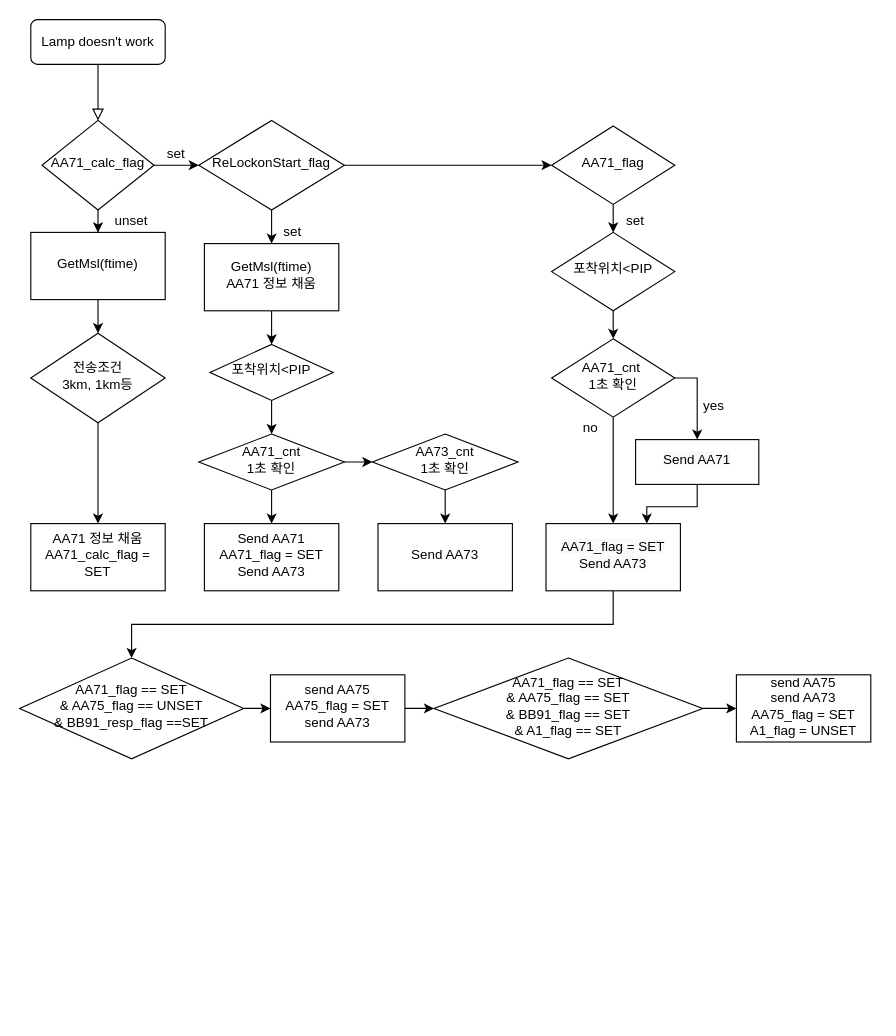
Above: Untitled Diagram.drawio in sejoon86/course-collaboration-travel-plans (draw.io), before the change. Source tidied: cells renumbered, new cells numbered last; positions are measured from the earlier drawing's top-left corner, leaving out a move shared by most shapes. Both pictures are drawn from the tidied source at 112%, with x=0, y=0 at pixel (19, 19).
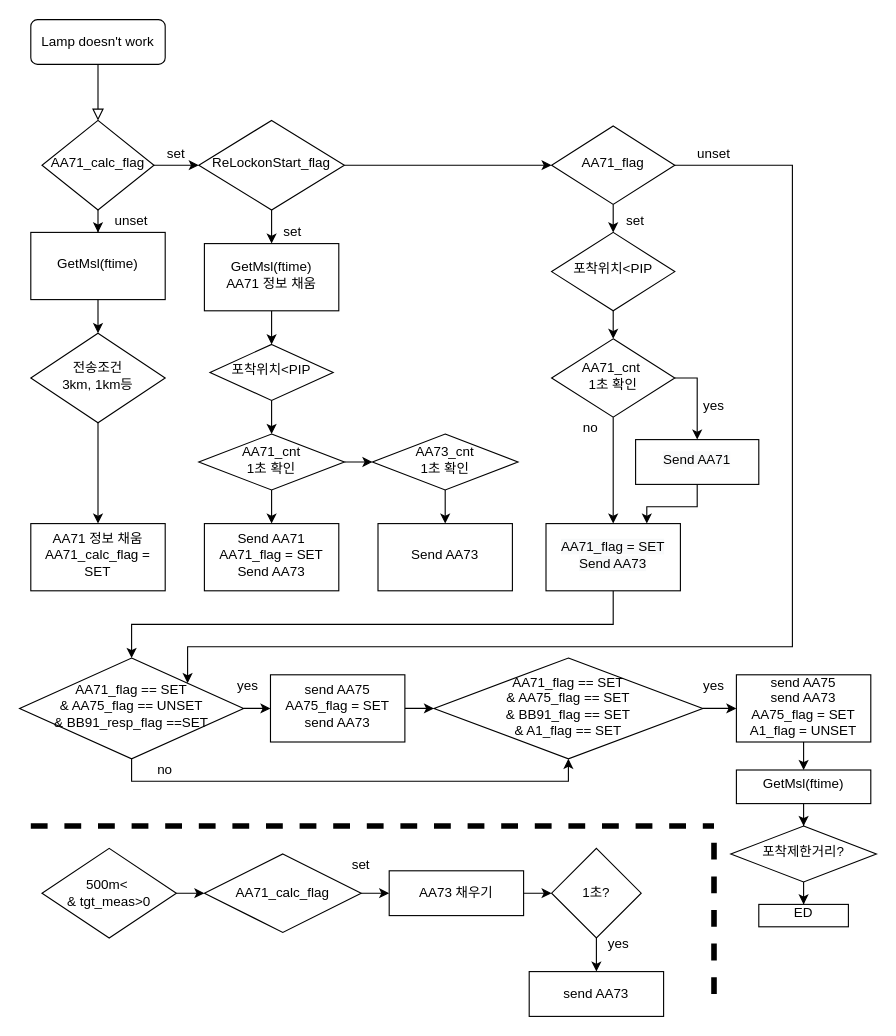
After the change.

Unchanged cells that the change refers to:
```xml
<mxCell id="30" value="AA71_flag" style="rhombus;whiteSpace=wrap;html=1;shadow=0;strokeWidth=1;spacing=6;spacingTop=-4;" parent="1" vertex="1">
  <mxGeometry x="475" y="95" width="110" height="70" as="geometry" />
</mxCell>
<mxCell id="44" value="AA71_flag == SET&lt;br&gt;&amp;amp; AA75_flag == UNSET&lt;br&gt;&amp;amp; BB91_resp_flag ==SET" style="rhombus;whiteSpace=wrap;html=1;shadow=0;strokeWidth=1;spacing=6;spacingTop=-4;" parent="1" vertex="1">
  <mxGeometry y="570" width="200" height="90" as="geometry" />
</mxCell>
<mxCell id="48" value="AA71_flag == SET&lt;br&gt;&amp;amp; AA75_flag == SET&lt;br&gt;&amp;amp; BB91_flag == SET&lt;br&gt;&amp;amp; A1_flag == SET" style="rhombus;whiteSpace=wrap;html=1;shadow=0;strokeWidth=1;spacing=6;spacingTop=-4;" parent="1" vertex="1">
  <mxGeometry x="370" y="570" width="240" height="90" as="geometry" />
</mxCell>
<mxCell id="49" value="send AA75&lt;br&gt;send AA73&lt;br&gt;AA75_flag = SET&lt;br&gt;A1_flag = UNSET" style="whiteSpace=wrap;html=1;shadow=0;strokeWidth=1;spacing=6;spacingTop=-4;" parent="1" vertex="1">
  <mxGeometry x="640" y="585" width="120" height="60" as="geometry" />
</mxCell>
```

Change to the diagram source:
```diff
@@
+    <mxCell id="50" style="edgeStyle=orthogonalEdgeStyle;rounded=0;jettySize=auto;html=1;exitX=1;exitY=0.5;exitDx=0;exitDy=0;entryX=1;entryY=0;entryDx=0;entryDy=0;" parent="1" edge="1" source="30" target="44">
+      <mxGeometry relative="1" as="geometry">
+        <Array as="points">
+          <mxPoint x="690" y="130" />
+          <mxPoint x="690" y="560" />
+          <mxPoint x="150" y="560" />
+        </Array>
+      </mxGeometry>
+    </mxCell>
@@
+    <mxCell id="51" style="edgeStyle=orthogonalEdgeStyle;rounded=0;jettySize=auto;html=1;exitX=0.5;exitY=1;exitDx=0;exitDy=0;entryX=0.5;entryY=1;entryDx=0;entryDy=0;" parent="1" edge="1" source="44" target="48">
+      <mxGeometry relative="1" as="geometry" />
+    </mxCell>
@@
+    <mxCell id="52" style="edgeStyle=orthogonalEdgeStyle;rounded=0;jettySize=auto;html=1;" parent="1" edge="1" source="49" target="58">
+      <mxGeometry relative="1" as="geometry" />
+    </mxCell>
@@
+    <mxCell id="53" value="unset" style="text;html=1;strokeColor=none;fillColor=none;align=center;verticalAlign=middle;whiteSpace=wrap;rounded=0;" parent="1" vertex="1">
+      <mxGeometry x="600" y="110" width="40" height="20" as="geometry" />
+    </mxCell>
+    <mxCell id="54" value="yes" style="text;html=1;strokeColor=none;fillColor=none;align=center;verticalAlign=middle;whiteSpace=wrap;rounded=0;" parent="1" vertex="1">
+      <mxGeometry x="184" y="585" width="40" height="20" as="geometry" />
+    </mxCell>
+    <mxCell id="55" value="yes" style="text;html=1;strokeColor=none;fillColor=none;align=center;verticalAlign=middle;whiteSpace=wrap;rounded=0;" parent="1" vertex="1">
+      <mxGeometry x="600" y="585" width="40" height="20" as="geometry" />
+    </mxCell>
+    <mxCell id="56" value="no" style="text;html=1;strokeColor=none;fillColor=none;align=center;verticalAlign=middle;whiteSpace=wrap;rounded=0;" parent="1" vertex="1">
+      <mxGeometry x="110" y="660" width="40" height="20" as="geometry" />
+    </mxCell>
+    <mxCell id="57" style="edgeStyle=orthogonalEdgeStyle;rounded=0;jettySize=auto;html=1;" parent="1" edge="1" source="58" target="60">
+      <mxGeometry relative="1" as="geometry" />
+    </mxCell>
+    <mxCell id="58" value="GetMsl(ftime)" style="whiteSpace=wrap;html=1;shadow=0;strokeWidth=1;spacing=6;spacingTop=-4;" parent="1" vertex="1">
+      <mxGeometry x="640" y="670" width="120" height="30" as="geometry" />
+    </mxCell>
+    <mxCell id="59" style="edgeStyle=orthogonalEdgeStyle;rounded=0;jettySize=auto;html=1;" parent="1" edge="1" source="60" target="61">
+      <mxGeometry relative="1" as="geometry" />
+    </mxCell>
+    <mxCell id="60" value="포착제한거리?" style="rhombus;whiteSpace=wrap;html=1;shadow=0;strokeWidth=1;spacing=6;spacingTop=-4;" parent="1" vertex="1">
+      <mxGeometry x="635" y="720" width="130" height="50" as="geometry" />
+    </mxCell>
+    <mxCell id="61" value="ED" style="whiteSpace=wrap;html=1;shadow=0;strokeWidth=1;spacing=6;spacingTop=-4;" parent="1" vertex="1">
+      <mxGeometry x="660" y="790" width="80" height="20" as="geometry" />
+    </mxCell>
+    <mxCell id="62" style="edgeStyle=orthogonalEdgeStyle;rounded=0;jettySize=auto;html=1;" parent="1" edge="1" source="63" target="65">
+      <mxGeometry relative="1" as="geometry" />
+    </mxCell>
+    <mxCell id="63" value="500m&amp;lt;&amp;nbsp;&lt;br&gt;&amp;amp; tgt_meas&amp;gt;0" style="rhombus;whiteSpace=wrap;html=1;" parent="1" vertex="1">
+      <mxGeometry x="20" y="740" width="120" height="80" as="geometry" />
+    </mxCell>
+    <mxCell id="64" style="edgeStyle=orthogonalEdgeStyle;rounded=0;jettySize=auto;html=1;" parent="1" edge="1" source="65" target="67">
+      <mxGeometry relative="1" as="geometry" />
+    </mxCell>
+    <mxCell id="65" value="AA71_calc_flag" style="rhombus;whiteSpace=wrap;html=1;" parent="1" vertex="1">
+      <mxGeometry x="165" y="745" width="140" height="70" as="geometry" />
+    </mxCell>
+    <mxCell id="66" style="edgeStyle=orthogonalEdgeStyle;rounded=0;jettySize=auto;html=1;" parent="1" edge="1" source="67" target="69">
+      <mxGeometry relative="1" as="geometry" />
+    </mxCell>
+    <mxCell id="67" value="AA73 채우기" style="whiteSpace=wrap;html=1;" parent="1" vertex="1">
+      <mxGeometry x="330" y="760" width="120" height="40" as="geometry" />
+    </mxCell>
+    <mxCell id="68" style="edgeStyle=orthogonalEdgeStyle;rounded=0;jettySize=auto;html=1;" parent="1" edge="1" source="69" target="70">
+      <mxGeometry relative="1" as="geometry" />
+    </mxCell>
+    <mxCell id="69" value="1초?" style="rhombus;whiteSpace=wrap;html=1;" parent="1" vertex="1">
+      <mxGeometry x="475" y="740" width="80" height="80" as="geometry" />
+    </mxCell>
+    <mxCell id="70" value="send AA73" style="whiteSpace=wrap;html=1;" parent="1" vertex="1">
+      <mxGeometry x="455" y="850" width="120" height="40" as="geometry" />
+    </mxCell>
+    <mxCell id="71" value="set" style="text;html=1;strokeColor=none;fillColor=none;align=center;verticalAlign=middle;whiteSpace=wrap;rounded=0;" parent="1" vertex="1">
+      <mxGeometry x="285" y="745" width="40" height="20" as="geometry" />
+    </mxCell>
+    <mxCell id="72" value="yes" style="text;html=1;strokeColor=none;fillColor=none;align=center;verticalAlign=middle;whiteSpace=wrap;rounded=0;" parent="1" vertex="1">
+      <mxGeometry x="515" y="815" width="40" height="20" as="geometry" />
+    </mxCell>
+    <mxCell id="73" style="endArrow=none;dashed=1;html=1;strokeWidth=5;" parent="1" edge="1">
+      <mxGeometry relative="1" as="geometry">
+        <mxPoint x="10" y="720" as="sourcePoint" />
+        <mxPoint x="620" y="720" as="targetPoint" />
+      </mxGeometry>
+    </mxCell>
+    <mxCell id="74" style="endArrow=none;dashed=1;html=1;strokeWidth=5;" parent="1" edge="1">
+      <mxGeometry relative="1" as="geometry">
+        <mxPoint x="620" y="870" as="sourcePoint" />
+        <mxPoint x="620" y="720" as="targetPoint" />
+      </mxGeometry>
+    </mxCell>
```
